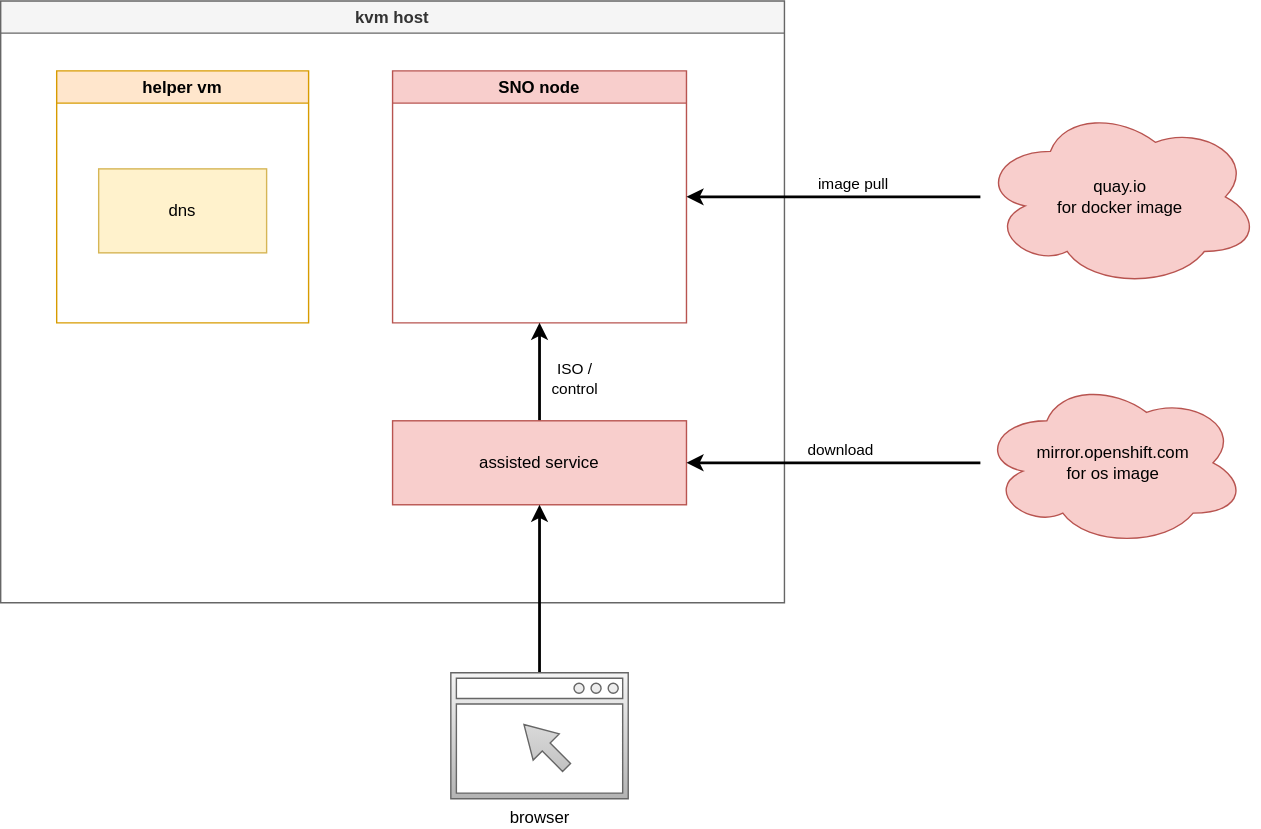
wangzheng422/docker_env keeps this draw.io diagram as redhat/ocp4/4.9/dia/4.9.ais.connected.static.ip.drawio.svg. Above is the earlier version. Source tidied: cells renumbered, new cells last; positions are measured from the earlier drawing's top-left corner, leaving out a move shared by most shapes. Its diagram source:
```xml
<mxGraphModel>
  <root>
    <mxCell id="0" />
    <mxCell id="1" parent="0" />
    <mxCell id="2" value="kvm host" style="swimlane;fillColor=#f5f5f5;fontColor=#333333;strokeColor=#666666;" parent="1" vertex="1">
      <mxGeometry width="560" height="430" as="geometry" />
    </mxCell>
    <mxCell id="3" value="helper vm" style="swimlane;fillColor=#ffe6cc;strokeColor=#d79b00;" parent="2" vertex="1">
      <mxGeometry x="40" y="50" width="180" height="180" as="geometry" />
    </mxCell>
    <mxCell id="4" value="dns" style="whiteSpace=wrap;html=1;fillColor=#fff2cc;strokeColor=#d6b656;" parent="3" vertex="1">
      <mxGeometry x="30" y="70" width="120" height="60" as="geometry" />
    </mxCell>
    <mxCell id="5" value="SNO node" style="swimlane;fillColor=#f8cecc;strokeColor=#b85450;" parent="2" vertex="1">
      <mxGeometry x="280" y="50" width="210" height="180" as="geometry" />
    </mxCell>
    <mxCell id="6" value="ISO /&amp;nbsp;&lt;br&gt;control" style="edgeStyle=none;html=1;entryX=0.5;entryY=1;entryDx=0;entryDy=0;strokeWidth=2;" parent="2" edge="1" source="7" target="5">
      <mxGeometry x="-0.14" y="-25" relative="1" as="geometry" />
    </mxCell>
    <mxCell id="7" value="assisted service" style="rounded=0;whiteSpace=wrap;html=1;fillColor=#f8cecc;strokeColor=#b85450;" parent="2" vertex="1">
      <mxGeometry x="280" y="300" width="210" height="60" as="geometry" />
    </mxCell>
    <mxCell id="8" style="edgeStyle=none;html=1;entryX=0.5;entryY=1;entryDx=0;entryDy=0;strokeWidth=2;" parent="1" edge="1" source="9" target="7">
      <mxGeometry relative="1" as="geometry" />
    </mxCell>
    <mxCell id="9" value="browser" style="sketch=0;shadow=0;dashed=0;html=1;strokeColor=#666666;fillColor=#f5f5f5;labelPosition=center;verticalLabelPosition=bottom;verticalAlign=top;align=center;outlineConnect=0;shape=mxgraph.vvd.web_browser;gradientColor=#b3b3b3;" parent="1" vertex="1">
      <mxGeometry x="321.6" y="480" width="126.8" height="90" as="geometry" />
    </mxCell>
    <mxCell id="10" style="edgeStyle=none;html=1;entryX=1;entryY=0.5;entryDx=0;entryDy=0;strokeWidth=2;" parent="1" edge="1" source="12" target="5">
      <mxGeometry relative="1" as="geometry" />
    </mxCell>
    <mxCell id="11" value="image pull" style="edgeLabel;html=1;align=center;verticalAlign=middle;" parent="10" vertex="1">
      <mxGeometry x="-0.12" y="-2" relative="1" as="geometry">
        <mxPoint y="-8" as="offset" />
      </mxGeometry>
    </mxCell>
    <mxCell id="12" value="quay.io&lt;br&gt;for docker image" style="ellipse;shape=cloud;whiteSpace=wrap;html=1;fillColor=#f8cecc;strokeColor=#b85450;" parent="1" vertex="1">
      <mxGeometry x="700" y="75" width="200" height="130" as="geometry" />
    </mxCell>
    <mxCell id="13" style="edgeStyle=none;html=1;entryX=1;entryY=0.5;entryDx=0;entryDy=0;strokeWidth=2;" parent="1" edge="1" source="15" target="7">
      <mxGeometry relative="1" as="geometry" />
    </mxCell>
    <mxCell id="14" value="download" style="edgeLabel;html=1;align=center;verticalAlign=middle;" parent="13" vertex="1">
      <mxGeometry x="-0.03" y="-3" relative="1" as="geometry">
        <mxPoint y="-7" as="offset" />
      </mxGeometry>
    </mxCell>
    <mxCell id="15" value="mirror.openshift.com&lt;br&gt;for os image" style="ellipse;shape=cloud;whiteSpace=wrap;html=1;fillColor=#f8cecc;strokeColor=#b85450;" parent="1" vertex="1">
      <mxGeometry x="700" y="270" width="190" height="120" as="geometry" />
    </mxCell>
  </root>
</mxGraphModel>
```
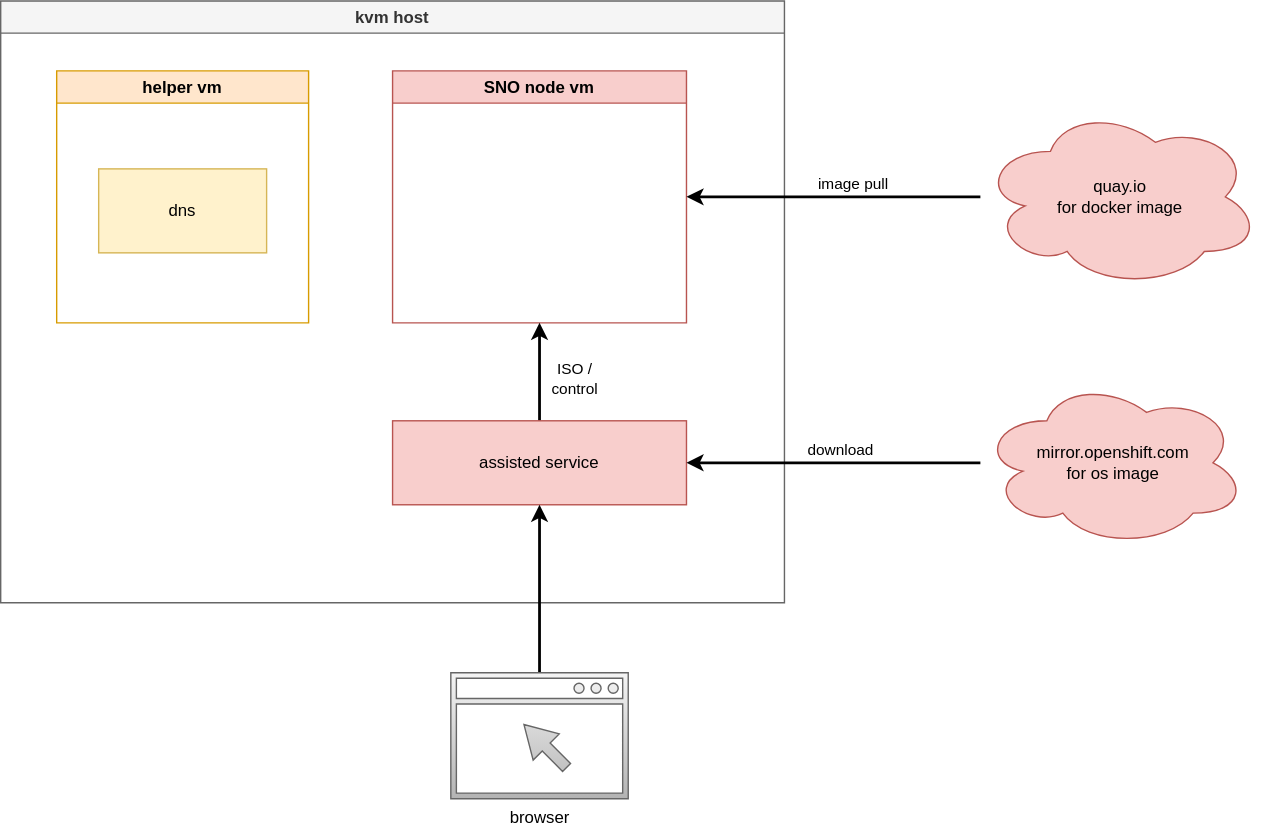
Later version of the same file.

The edit, as a diff of the source:
```diff
@@ -11,7 +11,7 @@
     <mxCell id="4" value="dns" style="whiteSpace=wrap;html=1;fillColor=#fff2cc;strokeColor=#d6b656;" parent="3" vertex="1">
       <mxGeometry x="30" y="70" width="120" height="60" as="geometry" />
     </mxCell>
-    <mxCell id="5" value="SNO node" style="swimlane;fillColor=#f8cecc;strokeColor=#b85450;" parent="2" vertex="1">
+    <mxCell id="5" value="SNO node vm" style="swimlane;fillColor=#f8cecc;strokeColor=#b85450;" parent="2" vertex="1">
       <mxGeometry x="280" y="50" width="210" height="180" as="geometry" />
     </mxCell>
     <mxCell id="6" value="ISO /&amp;nbsp;&lt;br&gt;control" style="edgeStyle=none;html=1;entryX=0.5;entryY=1;entryDx=0;entryDy=0;strokeWidth=2;" parent="2" edge="1" source="7" target="5">
```
